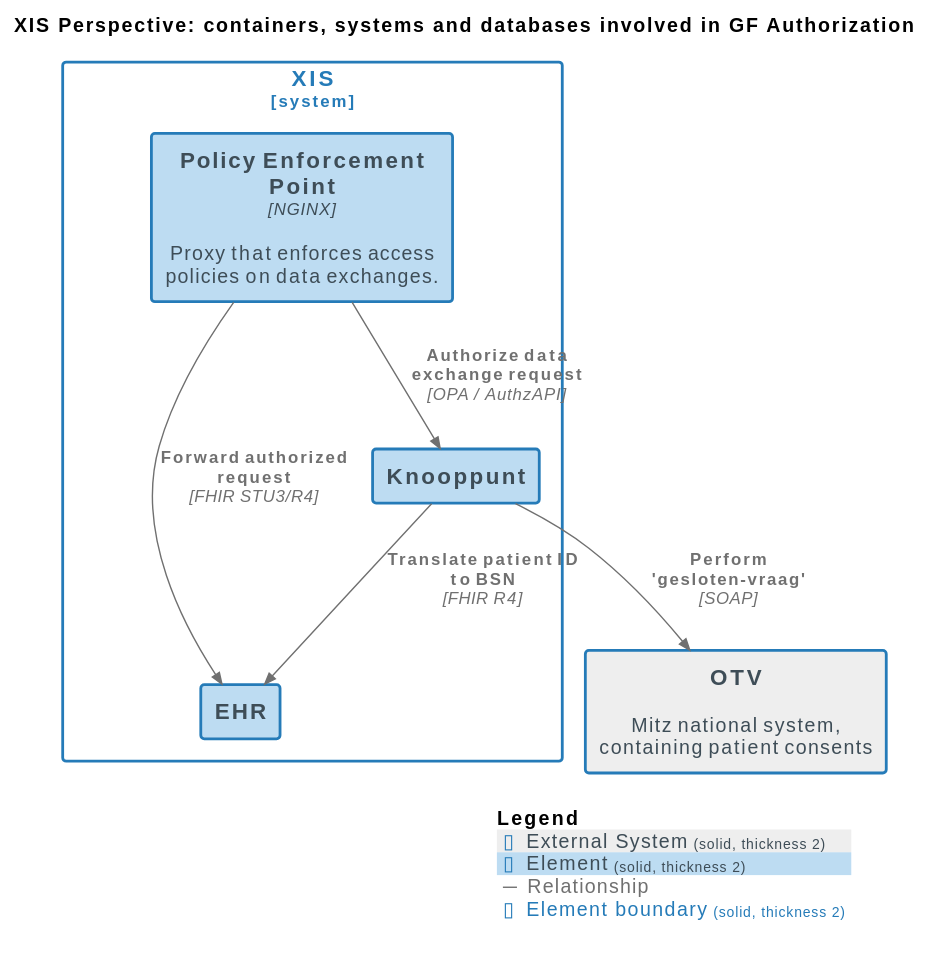
Earlier version of the PlantUML export docs/images/structurizr-GF_Authorization_ContainerDiagram.svg (nuts-foundation/nuts-knooppunt). Its diagram source:
```plantuml
@startuml
set separator none
title XIS Perspective: containers, systems and databases involved in GF Authorization

top to bottom direction

!include <C4/C4>
!include <C4/C4_Context>
!include <C4/C4_Container>

AddElementTag("External System", $bgColor="#eeeeee", $borderColor="#257bb8", $fontColor="#3e4d57", $sprite="", $shadowing="", $borderStyle="solid", $borderThickness="2")
AddElementTag("Element", $bgColor="#bddcf2", $borderColor="#257bb8", $fontColor="#3e4d57", $sprite="", $shadowing="", $borderStyle="solid", $borderThickness="2")

AddRelTag("Relationship", $textColor="#707070", $lineColor="#707070", $lineStyle = "")

AddBoundaryTag("Element", $bgColor="#ffffff", $borderColor="#257bb8", $fontColor="#257bb8", $shadowing="", $borderStyle="solid", $borderThickness="2")

System(OTV, "OTV", $descr="Mitz national system, containing patient consents", $tags="External System", $link="")

System_Boundary("XIS_boundary", "XIS", $tags="Element") {
  Container(XIS.EHR, "EHR", $techn="", $descr="", $tags="Element", $link="")
  Container(XIS.PolicyEnforcementPoint, "Policy Enforcement Point", $techn="NGINX", $descr="Proxy that enforces access policies on data exchanges.", $tags="Element", $link="")
  Container(XIS.Knooppunt, "Knooppunt", $techn="", $descr="", $tags="Element", $link="")
}

Rel(XIS.Knooppunt, OTV, "Perform 'gesloten-vraag'", $techn="SOAP", $tags="Relationship", $link="")
Rel(XIS.Knooppunt, XIS.EHR, "Translate patient ID to BSN", $techn="FHIR R4", $tags="Relationship", $link="")
Rel(XIS.PolicyEnforcementPoint, XIS.Knooppunt, "Authorize data exchange request", $techn="OPA / AuthzAPI", $tags="Relationship", $link="")
Rel(XIS.PolicyEnforcementPoint, XIS.EHR, "Forward authorized request", $techn="FHIR STU3/R4", $tags="Relationship", $link="")

SHOW_LEGEND(true)
@enduml
```
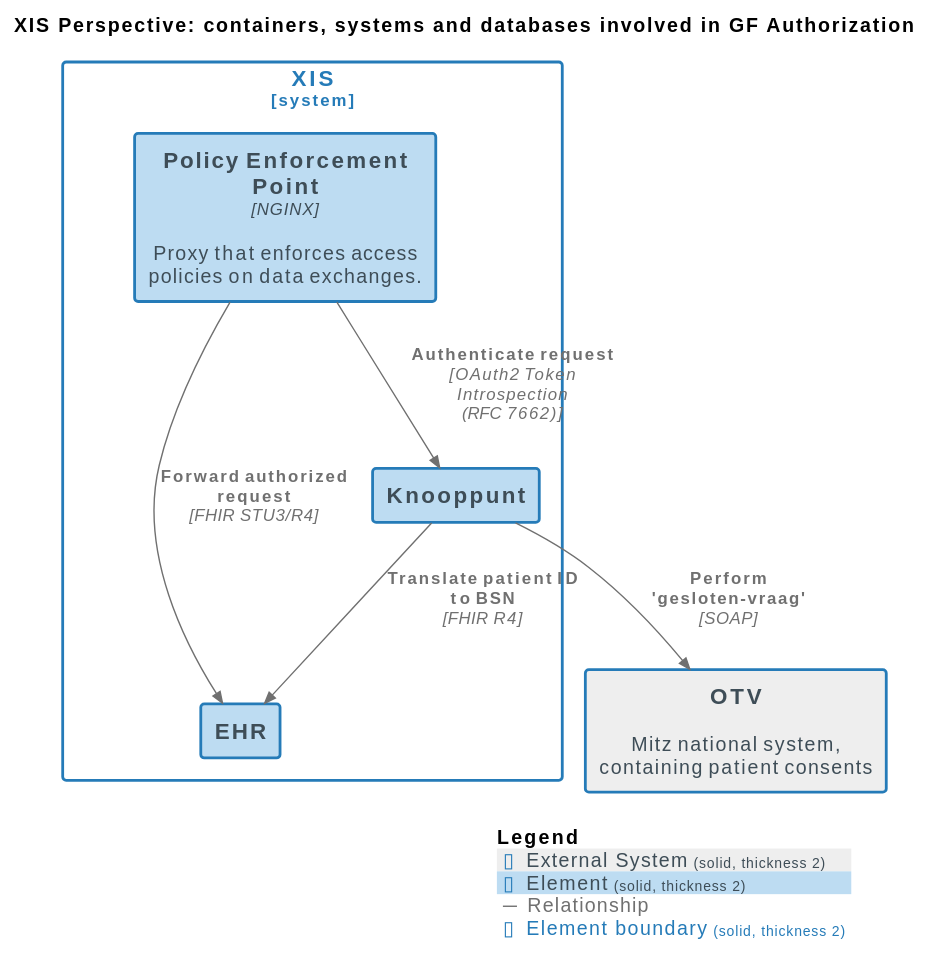
Later version of the same file.

The edit, as a diff of the source:
```diff
@@ -25,7 +25,7 @@
 
 Rel(XIS.Knooppunt, OTV, "Perform 'gesloten-vraag'", $techn="SOAP", $tags="Relationship", $link="")
 Rel(XIS.Knooppunt, XIS.EHR, "Translate patient ID to BSN", $techn="FHIR R4", $tags="Relationship", $link="")
-Rel(XIS.PolicyEnforcementPoint, XIS.Knooppunt, "Authorize data exchange request", $techn="OPA / AuthzAPI", $tags="Relationship", $link="")
+Rel(XIS.PolicyEnforcementPoint, XIS.Knooppunt, "Authenticate request", $techn="OAuth2 Token Introspection\n(RFC 7662)", $tags="Relationship", $link="")
 Rel(XIS.PolicyEnforcementPoint, XIS.EHR, "Forward authorized request", $techn="FHIR STU3/R4", $tags="Relationship", $link="")
 
 SHOW_LEGEND(true)
```
